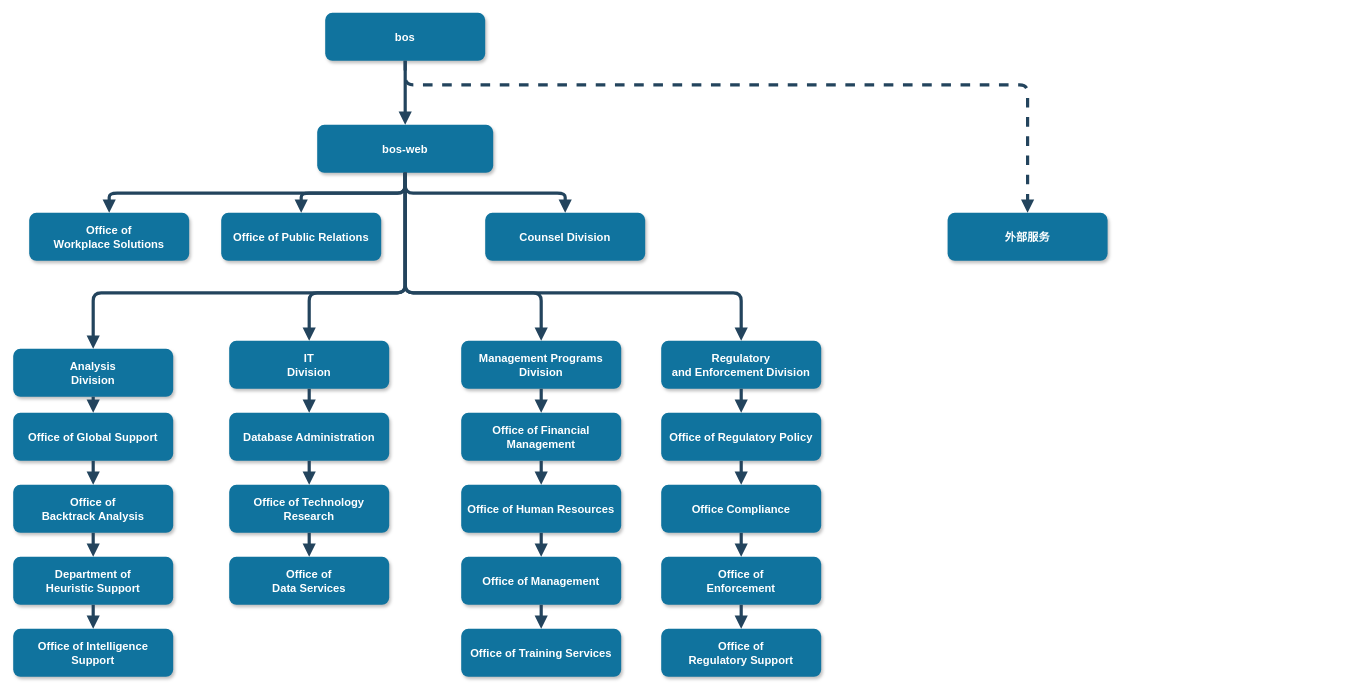
The draw.io diagram bos功能树.drawio in yindongjun/drawio-3, before the edit. Source tidied: cells renumbered, new cells numbered last; positions are measured from the earlier drawing's top-left corner, leaving out a move shared by most shapes. Both pictures are drawn from the tidied source at 80%, with x=0, y=0 at pixel (13, 13).
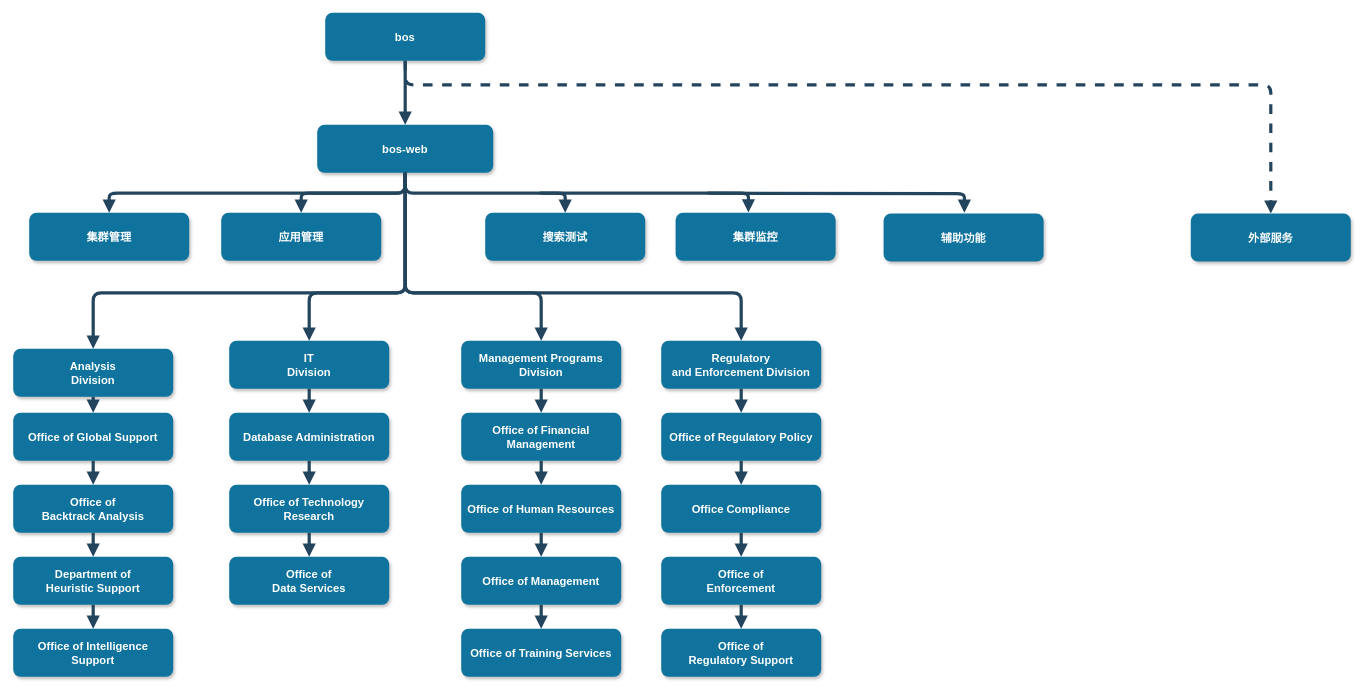
The same diagram, later.

What changed in the source:
```diff
@@
-    <mxCell id="4" value="Office of &#10;Workplace Solutions" style="rounded=1;fillColor=#10739E;strokeColor=none;shadow=1;gradientColor=none;fontStyle=1;fontColor=#FFFFFF;fontSize=14;" parent="1" vertex="1">
+    <mxCell id="4" value="&#10;集群管理&#10;" style="rounded=1;fillColor=#10739E;strokeColor=none;shadow=1;gradientColor=none;fontStyle=1;fontSize=14;fontColor=#FFFFFF;" parent="1" vertex="1">
       <mxGeometry x="20" y="249.5" width="200" height="60" as="geometry" />
     </mxCell>
-    <mxCell id="5" value="Office of Public Relations" style="rounded=1;fillColor=#10739E;strokeColor=none;shadow=1;gradientColor=none;fontStyle=1;fontColor=#FFFFFF;fontSize=14;" parent="1" vertex="1">
+    <mxCell id="5" value="应用管理" style="rounded=1;fillColor=#10739E;strokeColor=none;shadow=1;gradientColor=none;fontStyle=1;fontColor=#FFFFFF;fontSize=14;" parent="1" vertex="1">
       <mxGeometry x="260" y="249.5" width="200" height="60" as="geometry" />
     </mxCell>
-    <mxCell id="6" value="Counsel Division" style="rounded=1;fillColor=#10739E;strokeColor=none;shadow=1;gradientColor=none;fontStyle=1;fontColor=#FFFFFF;fontSize=14;" parent="1" vertex="1">
+    <mxCell id="6" value="搜索测试" style="rounded=1;fillColor=#10739E;strokeColor=none;shadow=1;gradientColor=none;fontStyle=1;fontColor=#FFFFFF;fontSize=14;" parent="1" vertex="1">
       <mxGeometry x="590" y="249.5" width="200" height="60" as="geometry" />
     </mxCell>
     <mxCell id="7" value="外部服务" style="rounded=1;fillColor=#10739E;strokeColor=none;shadow=1;gradientColor=none;fontStyle=1;fontColor=#FFFFFF;fontSize=14;" parent="1" vertex="1">
-      <mxGeometry x="1168" y="249.5" width="200" height="60" as="geometry" />
+      <mxGeometry x="1472" y="250.5" width="200" height="60" as="geometry" />
     </mxCell>
@@
+    <mxCell id="51" value="集群监控" style="rounded=1;fillColor=#10739E;strokeColor=none;shadow=1;gradientColor=none;fontStyle=1;fontColor=#FFFFFF;fontSize=14;" parent="1" vertex="1">
+      <mxGeometry x="828" y="249.5" width="200" height="60" as="geometry" />
+    </mxCell>
+    <mxCell id="52" value="辅助功能" style="rounded=1;fillColor=#10739E;strokeColor=none;shadow=1;gradientColor=none;fontStyle=1;fontColor=#FFFFFF;fontSize=14;" parent="1" vertex="1">
+      <mxGeometry x="1088" y="250.5" width="200" height="60" as="geometry" />
+    </mxCell>
+    <mxCell id="53" style="edgeStyle=elbowEdgeStyle;elbow=vertical;strokeWidth=4;endArrow=block;endFill=1;fontStyle=1;strokeColor=#23445D;entryX=0.455;entryY=-0.008;entryDx=0;entryDy=0;entryPerimeter=0;" parent="1" edge="1" target="51">
+      <mxGeometry x="270" y="163.5" as="geometry">
+        <mxPoint x="658" y="225" as="sourcePoint" />
+        <Array as="points">
+          <mxPoint x="798" y="225" />
+        </Array>
+      </mxGeometry>
+    </mxCell>
+    <mxCell id="54" style="edgeStyle=elbowEdgeStyle;elbow=vertical;strokeWidth=4;endArrow=block;endFill=1;fontStyle=1;strokeColor=#23445D;entryX=0.455;entryY=-0.008;entryDx=0;entryDy=0;entryPerimeter=0;" parent="1" edge="1">
+      <mxGeometry x="540" y="164" as="geometry">
+        <mxPoint x="868" y="225" as="sourcePoint" />
+        <mxPoint x="1189" y="249.5" as="targetPoint" />
+        <Array as="points">
+          <mxPoint x="1068" y="225.5" />
+        </Array>
+      </mxGeometry>
+    </mxCell>
```
